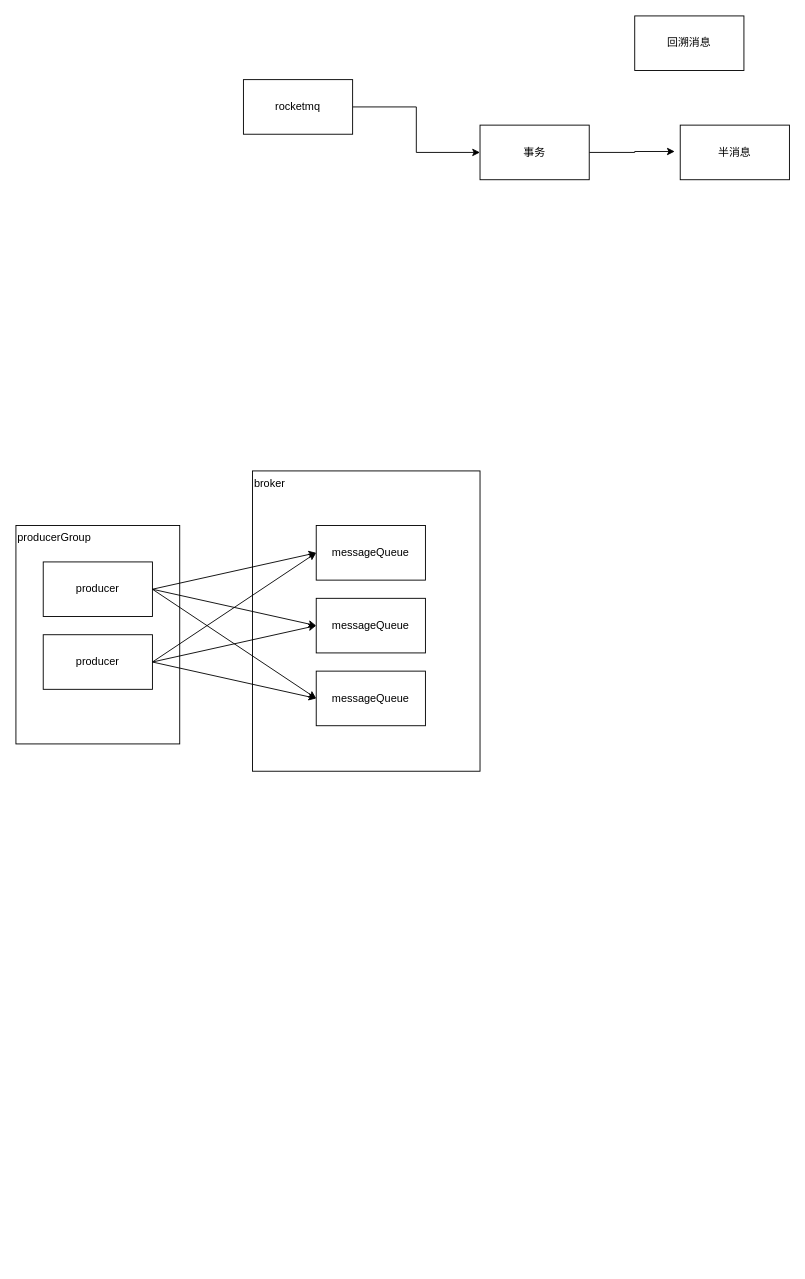
This is middleware/rocketmq/rocketstructure.drawio from shaominghuiwhatsup/graph, a draw.io file, before an edit. Source tidied: cells renumbered, new cells numbered last; positions are measured from the earlier drawing's top-left corner, leaving out a move shared by most shapes. Both pictures are drawn from the tidied source at 91%, with x=0, y=0 at pixel (15, 15).
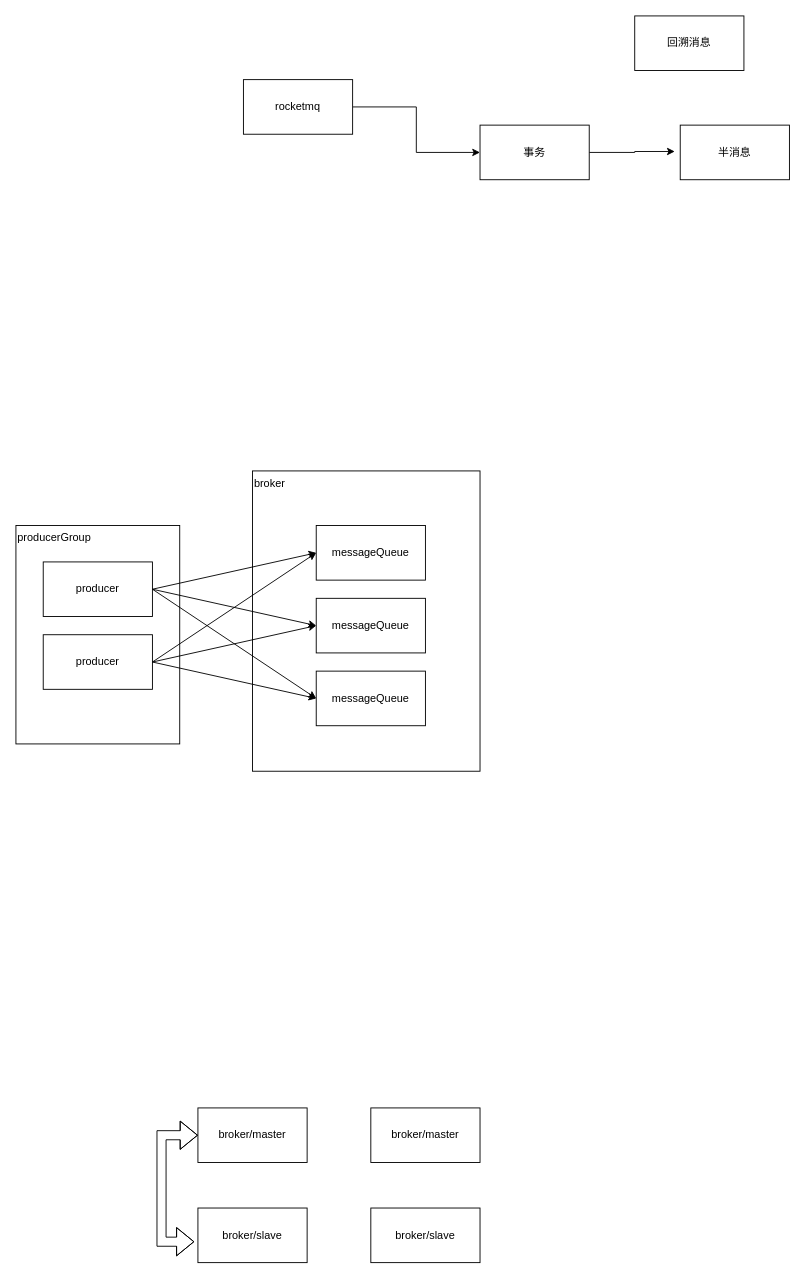
The same diagram, later.

Change to the diagram source:
```diff
@@
+    <mxCell id="21" value="broker/master" style="rounded=0;whiteSpace=wrap;html=1;" parent="1" vertex="1">
+      <mxGeometry x="200" y="1200" width="120" height="60" as="geometry" />
+    </mxCell>
+    <mxCell id="22" value="broker/master" style="rounded=0;whiteSpace=wrap;html=1;" parent="1" vertex="1">
+      <mxGeometry x="390" y="1200" width="120" height="60" as="geometry" />
+    </mxCell>
+    <mxCell id="23" value="broker/slave" style="rounded=0;whiteSpace=wrap;html=1;" parent="1" vertex="1">
+      <mxGeometry x="200" y="1310" width="120" height="60" as="geometry" />
+    </mxCell>
+    <mxCell id="24" value="broker/slave" style="rounded=0;whiteSpace=wrap;html=1;" parent="1" vertex="1">
+      <mxGeometry x="390" y="1310" width="120" height="60" as="geometry" />
+    </mxCell>
+    <mxCell id="25" style="shape=flexArrow;endArrow=classic;startArrow=classic;html=1;rounded=0;exitX=-0.033;exitY=0.617;exitDx=0;exitDy=0;exitPerimeter=0;entryX=0;entryY=0.5;entryDx=0;entryDy=0;" parent="1" edge="1" source="23" target="21">
+      <mxGeometry relative="1" as="geometry">
+        <Array as="points">
+          <mxPoint x="160" y="1347" />
+          <mxPoint x="160" y="1230" />
+        </Array>
+      </mxGeometry>
+    </mxCell>
```
